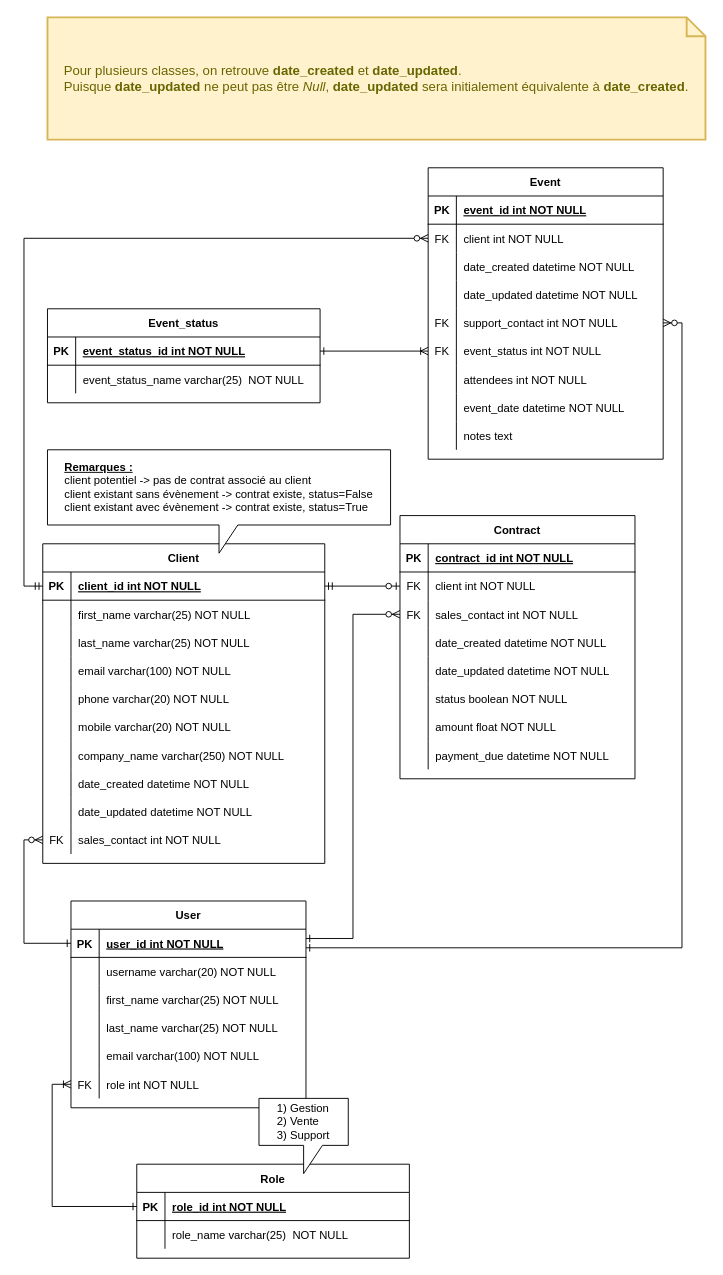
The draw.io diagram ERD_Epic_Events.drawio in Olrio/P12, before the edit. Source tidied: cells renumbered, new cells numbered last; positions are measured from the earlier drawing's top-left corner, leaving out a move shared by most shapes. Both pictures are drawn from the tidied source at 94%, with x=0, y=0 at pixel (42, 17).
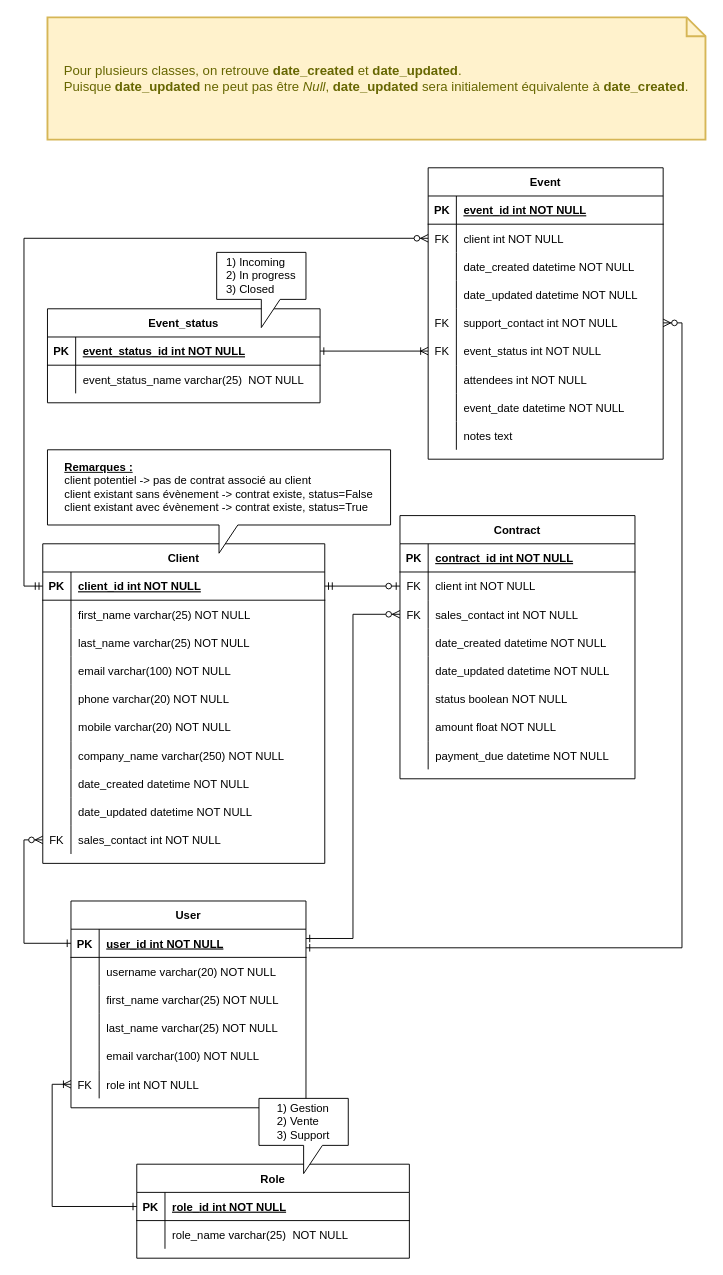
The same diagram, later.

Commit message (it also covers changes not shown here):
Ajout des tests de création d'instances de Contract et Event dans la database -> failed

What changed in the source:
```diff
@@
+    <mxCell id="129" value="&lt;div style=&quot;text-align: justify&quot;&gt;&lt;span&gt;1) Incoming&lt;/span&gt;&lt;/div&gt;&lt;div style=&quot;text-align: justify&quot;&gt;&lt;span&gt;2) In progress&lt;/span&gt;&lt;/div&gt;&lt;div style=&quot;text-align: justify&quot;&gt;&lt;span&gt;3) Closed&lt;/span&gt;&lt;/div&gt;" style="shape=callout;whiteSpace=wrap;html=1;perimeter=calloutPerimeter;" parent="1" vertex="1">
+      <mxGeometry x="185" y="250" width="95" height="80" as="geometry" />
+    </mxCell>
```
